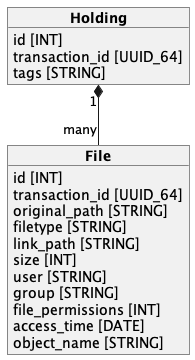
This is docs/spec/uml/catalog_db.png from cedadev/nlds, a PlantUML export, as it was before one commit. Its diagram source:
```plantuml
@startuml catalog_db

object "**Holding**" as holding {
    id [INT]
    transaction_id [UUID_64]
    tags [STRING]
}

object "**File**" as file {
    id [INT]
    transaction_id [UUID_64]
    original_path [STRING]
    filetype [STRING]
    link_path [STRING]
    size [INT]
    user [STRING]
    group [STRING]
    file_permissions [INT]
    access_time [DATE]
    object_name [STRING]
}

holding "1" *-- "many" file

@enduml
```
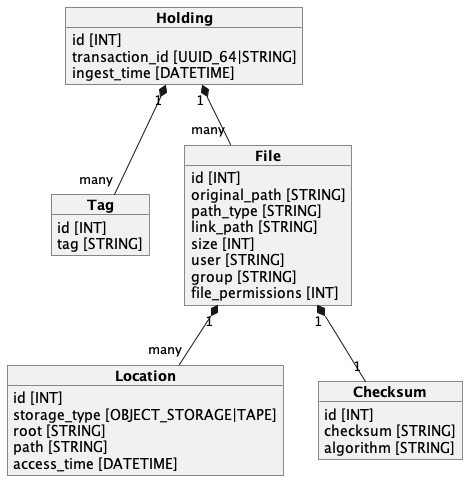
Later version of the same file.

Commit message:
Updated catalog structure

Diff of the diagram source:
```diff
@@ -2,24 +2,42 @@
 
 object "**Holding**" as holding {
     id [INT]
-    transaction_id [UUID_64]
-    tags [STRING]
+    transaction_id [UUID_64|STRING]
+    ingest_time [DATETIME]
+}
+
+object "**Tag**" as tag {
+    id [INT]
+    tag [STRING]
 }
 
 object "**File**" as file {
     id [INT]
-    transaction_id [UUID_64]
     original_path [STRING]
-    filetype [STRING]
+    path_type [STRING]
     link_path [STRING]
     size [INT]
     user [STRING]
     group [STRING]
     file_permissions [INT]
-    access_time [DATE]
-    object_name [STRING]
+}
+
+object "**Location**" as location {
+    id [INT]
+    storage_type [OBJECT_STORAGE|TAPE]
+    root [STRING]
+    path [STRING]
+    access_time [DATETIME]
+}
+
+object "**Checksum**" as checksum {
+    id [INT]
+    checksum [STRING]
+    algorithm [STRING]
 }
 
 holding "1" *-- "many" file
-
+holding "1" *-- "many" tag
+file "1" *-- "many" location
+file "1" *-- "1" checksum
 @enduml
```
